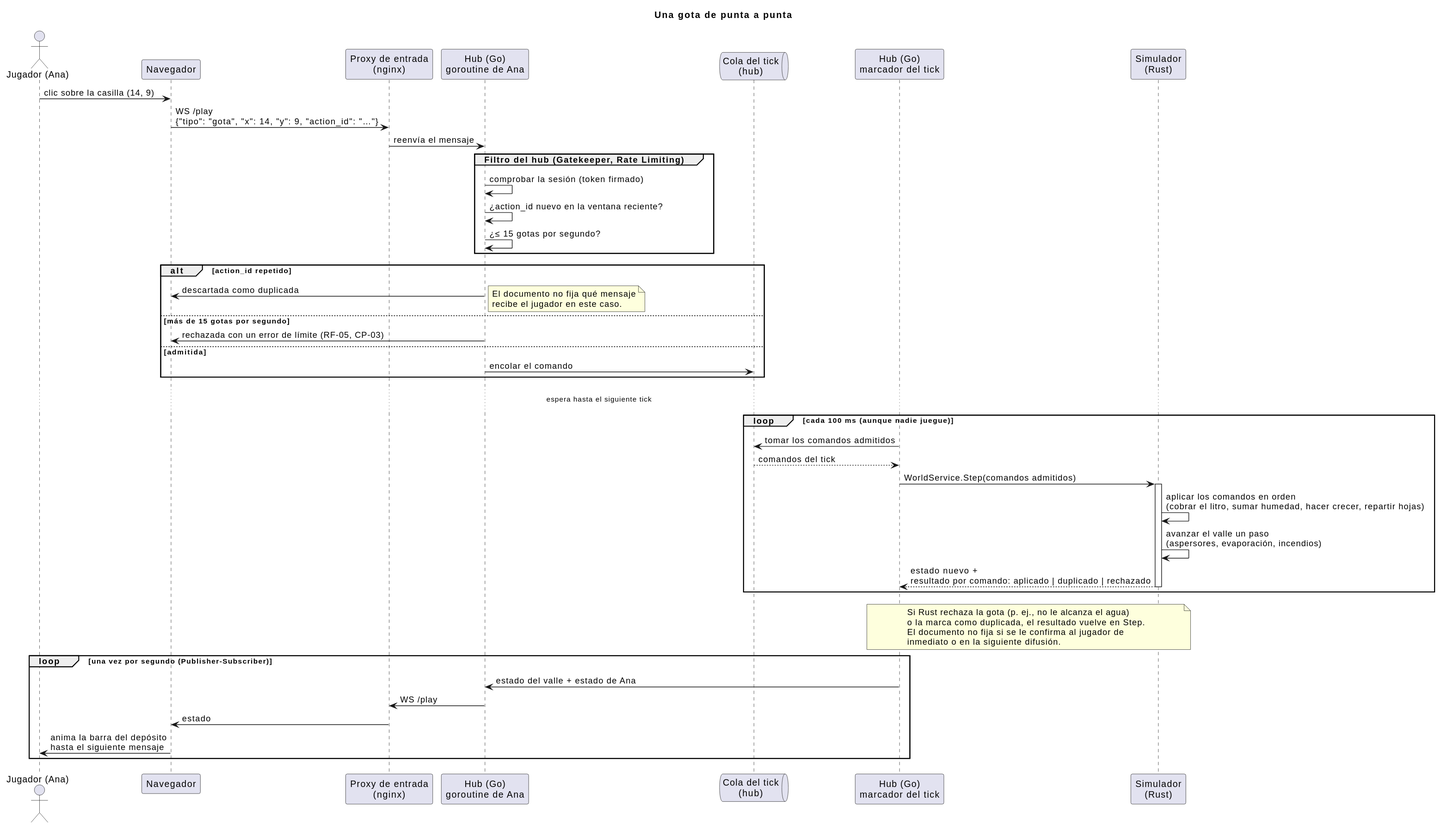
This is docs/diagrams/03-secuencia-gota.svg from iadev2005/hydrovalley, a PlantUML export, as it was before one commit.
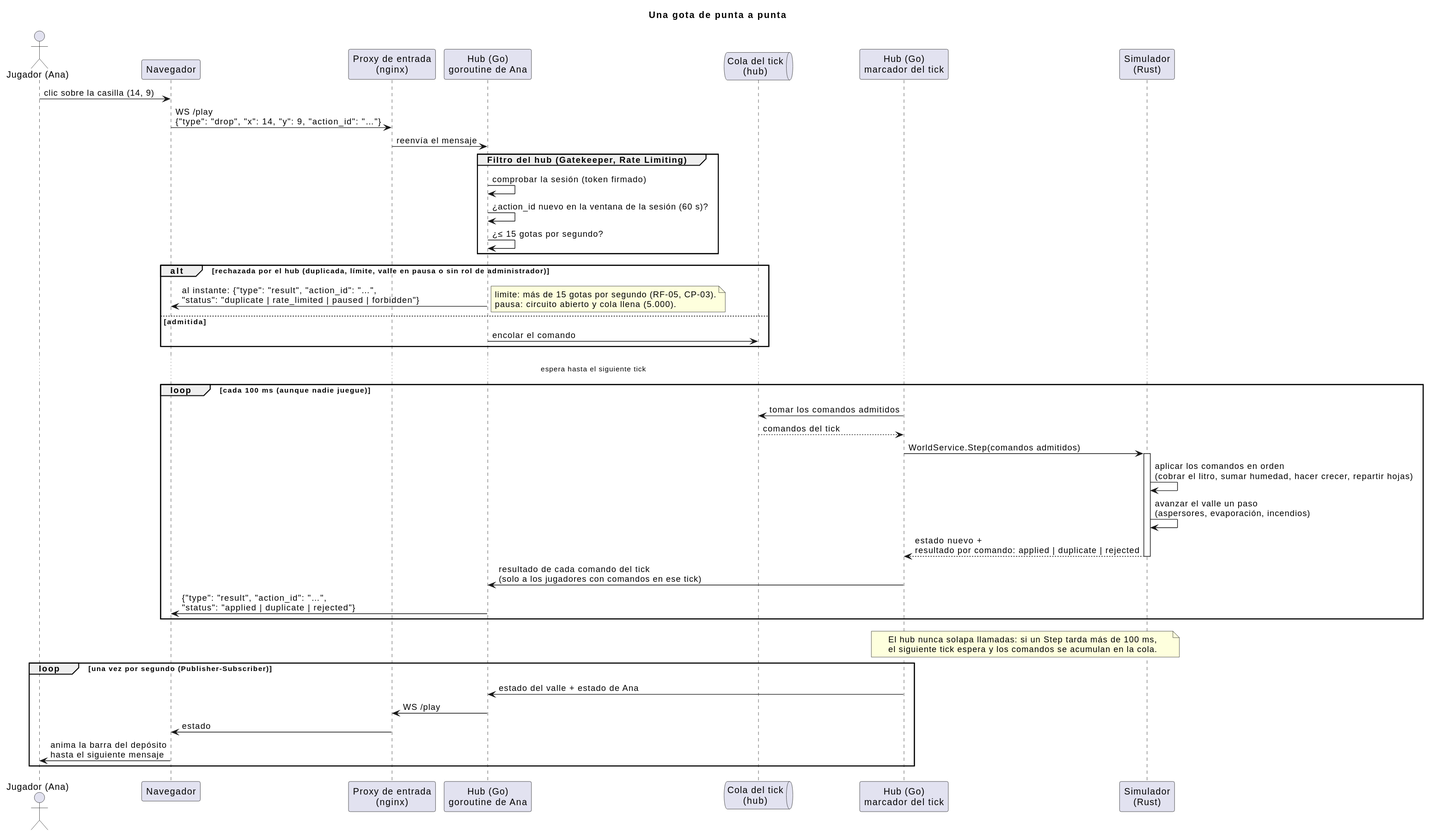
After the change.

Diff of the diagram source:
```diff
@@ -10,23 +10,21 @@
 participant "Simulador\n(Rust)" as World
 
 Ana -> Browser : clic sobre la casilla (14, 9)
-Browser -> Proxy : WS /play\n{"tipo": "gota", "x": 14, "y": 9, "action_id": "…"}
+Browser -> Proxy : WS /play\n{"type": "drop", "x": 14, "y": 9, "action_id": "…"}
 Proxy -> Goroutine : reenvía el mensaje
 
 group Filtro del hub (Gatekeeper, Rate Limiting)
   Goroutine -> Goroutine : comprobar la sesión (token firmado)
-  Goroutine -> Goroutine : ¿action_id nuevo en la ventana reciente?
+  Goroutine -> Goroutine : ¿action_id nuevo en la ventana de la sesión (60 s)?
   Goroutine -> Goroutine : ¿≤ 15 gotas por segundo?
 end
 
-alt action_id repetido
-  Goroutine -> Browser : descartada como duplicada
+alt rechazada por el hub (duplicada, límite, valle en pausa o sin rol de administrador)
+  Goroutine -> Browser : al instante: {"type": "result", "action_id": "…",\n"status": "duplicate | rate_limited | paused | forbidden"}
   note right
-    El documento no fija qué mensaje
-    recibe el jugador en este caso.
+    limite: más de 15 gotas por segundo (RF-05, CP-03).
+    pausa: circuito abierto y cola llena (5.000).
   end note
-else más de 15 gotas por segundo
-  Goroutine -> Browser : rechazada con un error de límite (RF-05, CP-03)
 else admitida
   Goroutine -> Queue : encolar el comando
 end
@@ -40,15 +38,15 @@
   activate World
   World -> World : aplicar los comandos en orden\n(cobrar el litro, sumar humedad, hacer crecer, repartir hojas)
   World -> World : avanzar el valle un paso\n(aspersores, evaporación, incendios)
-  World --> Ticker : estado nuevo +\nresultado por comando: aplicado | duplicado | rechazado
+  World --> Ticker : estado nuevo +\nresultado por comando: applied | duplicate | rejected
   deactivate World
+  Ticker -> Goroutine : resultado de cada comando del tick\n(solo a los jugadores con comandos en ese tick)
+  Goroutine -> Browser : {"type": "result", "action_id": "…",\n"status": "applied | duplicate | rejected"}
 end
 
 note over Ticker, World
-  Si Rust rechaza la gota (p. ej., no le alcanza el agua)
-  o la marca como duplicada, el resultado vuelve en Step.
-  El documento no fija si se le confirma al jugador de
-  inmediato o en la siguiente difusión.
+  El hub nunca solapa llamadas: si un Step tarda más de 100 ms,
+  el siguiente tick espera y los comandos se acumulan en la cola.
 end note
 
 loop una vez por segundo (Publisher-Subscriber)
```
